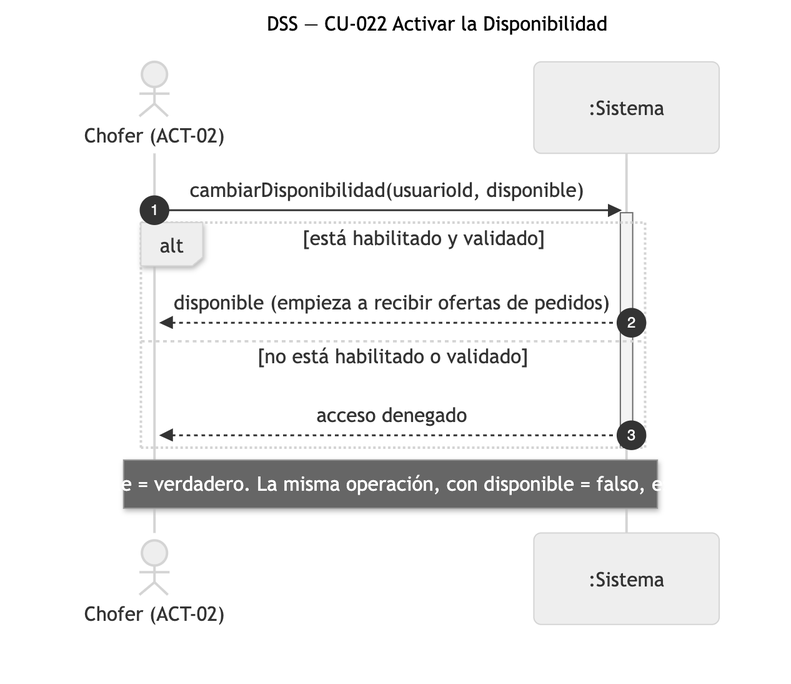
The Mermaid diagram diagramas/png/DSS_CU-022_Activar-la-Disponibilidad.png in Nahuelito-Dev/splg-docs, before a commit. Its source is kept beside it as diagramas/DSS_CU-022_Activar-la-Disponibilidad.mmd.
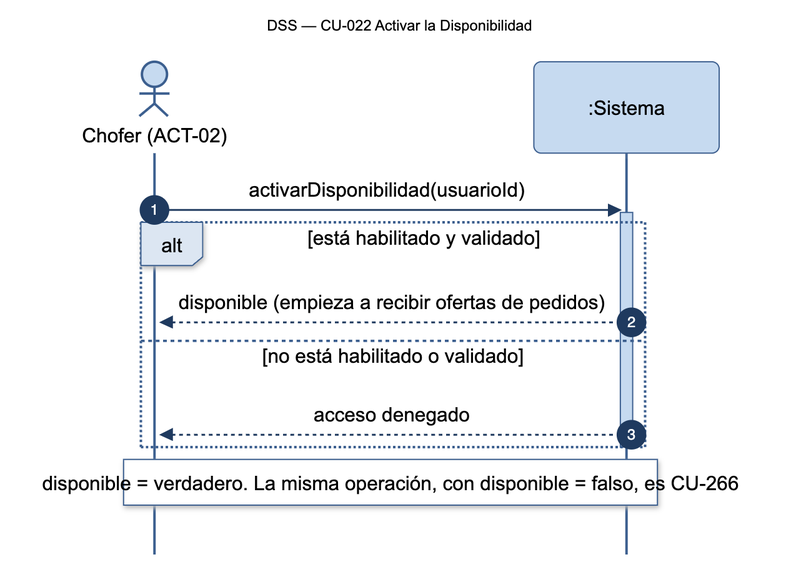
The same file after the commit.

Diff of the diagram source:
```diff
@@ -4,7 +4,7 @@
     actor CHO as Chofer (ACT-02)
     participant SIS as :Sistema
 
-    CHO->>SIS: cambiarDisponibilidad(usuarioId, disponible)
+    CHO->>SIS: activarDisponibilidad(usuarioId)
     activate SIS
     alt está habilitado y validado
         SIS-->>CHO: disponible (empieza a recibir ofertas de pedidos)
```
